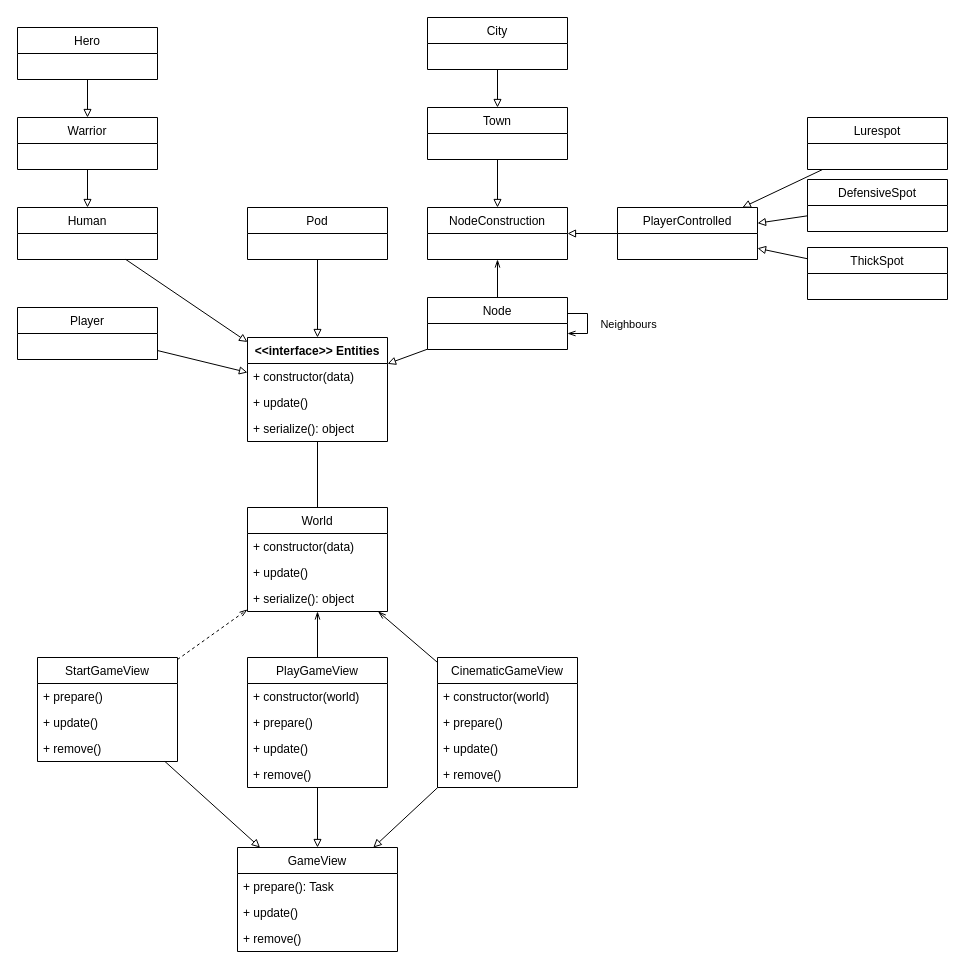
Earlier version of the draw.io diagram design/Diagram zonder titel.drawio (strong99/LudumDare51). Source tidied: cells renumbered, new cells numbered last; positions are measured from the earlier drawing's top-left corner, leaving out a move shared by most shapes. Both pictures are drawn from the tidied source at 100%, with x=0, y=0 at pixel (17, 17).
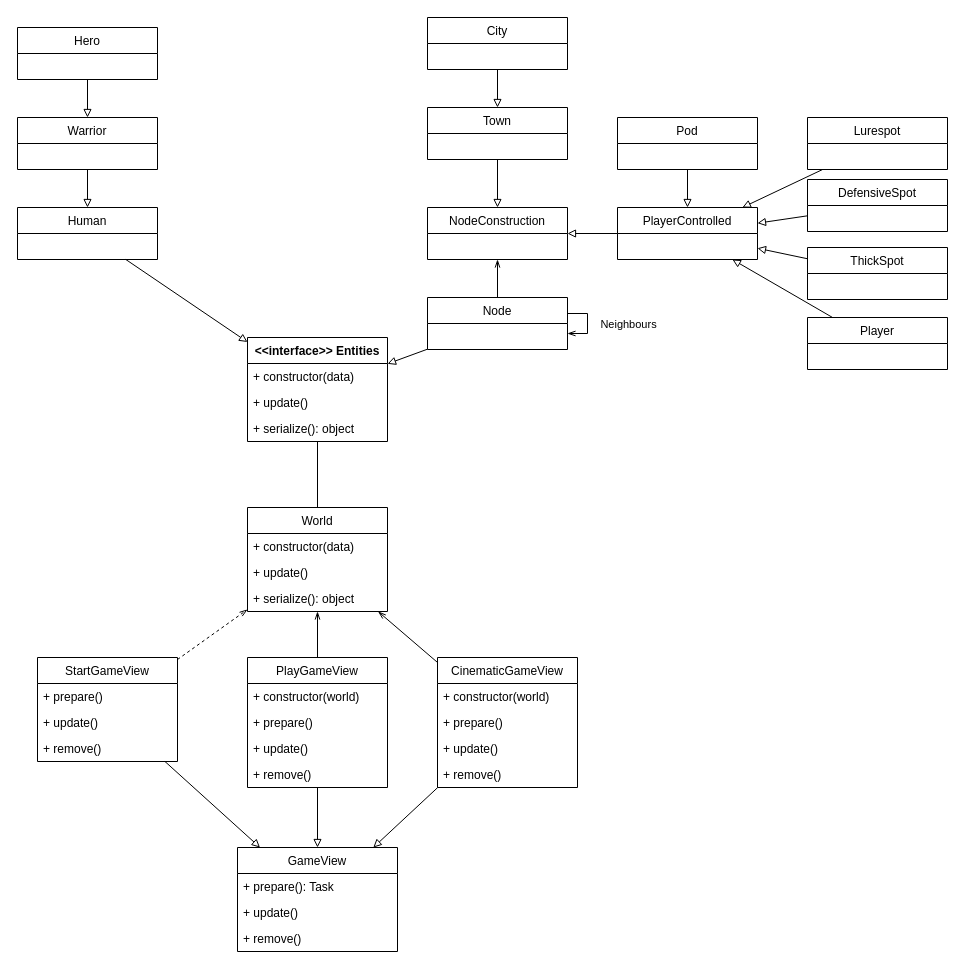
The same page after the edit.

Unchanged cells that the change refers to:
```xml
<mxCell id="31" value="&lt;&lt;interface&gt;&gt; Entities" style="swimlane;fontStyle=1;horizontal=1;startSize=26;fillColor=none;" parent="1" vertex="1">
  <mxGeometry x="230" y="320" width="140" height="104" as="geometry" />
</mxCell>
<mxCell id="63" value="PlayerControlled" style="swimlane;fontStyle=0;horizontal=1;startSize=26;fillColor=none;" parent="1" vertex="1">
  <mxGeometry x="600" y="190" width="140" height="52" as="geometry" />
</mxCell>
```

Diff of the diagram source:
```diff
@@
-    <mxCell id="35" style="edgeStyle=none;rounded=0;jettySize=auto;html=1;endArrow=block;endFill=0;" parent="1" edge="1" source="36" target="31">
+    <mxCell id="35" style="edgeStyle=none;rounded=0;jettySize=auto;html=1;endArrow=block;endFill=0;" parent="1" edge="1" source="36" target="63">
       <mxGeometry relative="1" as="geometry" />
     </mxCell>
     <mxCell id="36" value="Player" style="swimlane;fontStyle=0;horizontal=1;startSize=26;fillColor=none;" parent="1" vertex="1">
-      <mxGeometry y="290" width="140" height="52" as="geometry" />
+      <mxGeometry x="790" y="300" width="140" height="52" as="geometry" />
     </mxCell>
@@
-    <mxCell id="43" style="edgeStyle=none;rounded=0;jettySize=auto;html=1;endArrow=block;endFill=0;" parent="1" edge="1" source="44" target="31">
+    <mxCell id="43" style="edgeStyle=none;rounded=0;jettySize=auto;html=1;endArrow=block;endFill=0;" parent="1" edge="1" source="44" target="63">
       <mxGeometry relative="1" as="geometry" />
     </mxCell>
     <mxCell id="44" value="Pod" style="swimlane;fontStyle=0;horizontal=1;startSize=26;fillColor=none;" parent="1" vertex="1">
-      <mxGeometry x="230" y="190" width="140" height="52" as="geometry" />
+      <mxGeometry x="600" y="100" width="140" height="52" as="geometry" />
     </mxCell>
```
